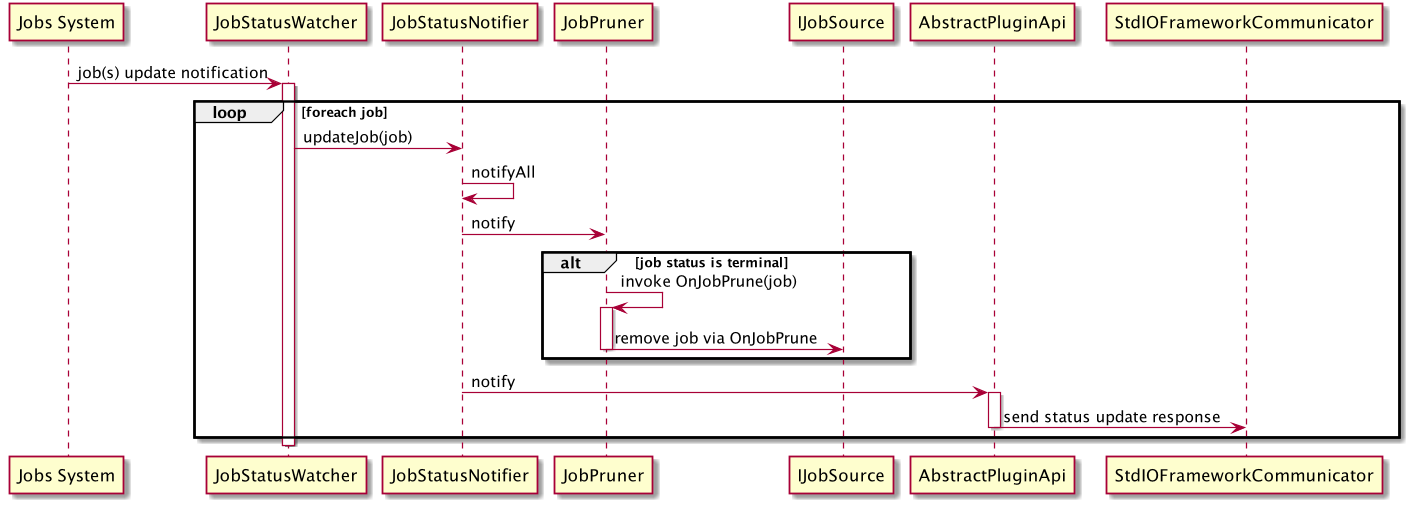
The PlantUML diagram docs/diagrams/images/status-update-sequence.png in rstudio/rstudio-launcher-plugin-sdk, before a commit.
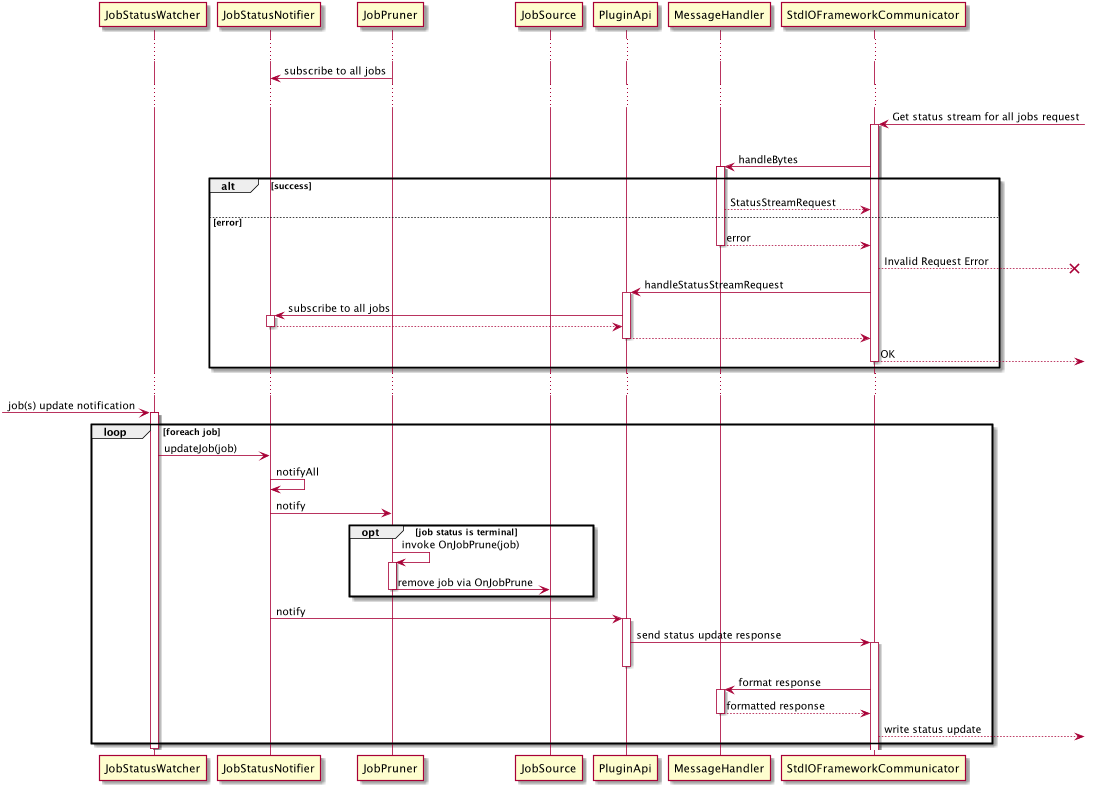
The same file after the commit.

Commit message:
add more clarity to the status update sequence diagram

Change to the diagram source:
```diff
@@ -1,20 +1,49 @@
 @startuml
+participant JobStatusWatcher
+participant JobStatusNotifier
+participant JobPruner
+participant JobSource
+participant PluginApi
+participant MessageHandler
+participant StdIOFrameworkCommunicator
+...
+JobPruner -> JobStatusNotifier : subscribe to all jobs
+...
 
-"Jobs System" -> JobStatusWatcher ++: job(s) update notification
+StdIOFrameworkCommunicator <-] : Get status stream for all jobs request
+activate StdIOFrameworkCommunicator
+loop while bytes and message not complete
+StdIOFrameworkCommunicator -> MessageHandler ++ : handleBytes
+alt success
+StdIOFrameworkCommunicator <-- MessageHandler : StatusStreamRequest
+else error
+StdIOFrameworkCommunicator <-- MessageHandler --: error
+StdIOFrameworkCommunicator -->x]: Invalid Request Error
+StdIOFrameworkCommunicator -> PluginApi ++: handleStatusStreamRequest
+PluginApi -> JobStatusNotifier ++: subscribe to all jobs
+PluginApi <-- JobStatusNotifier --
+StdIOFrameworkCommunicator <-- PluginApi --
+StdIOFrameworkCommunicator -->] : OK
+deactivate StdIOFrameworkCommunicator
+end
+...
+[-> JobStatusWatcher: job(s) update notification
+activate JobStatusWatcher
 loop foreach job
   JobStatusWatcher -> JobStatusNotifier : updateJob(job)
   JobStatusNotifier -> JobStatusNotifier : notifyAll
   JobStatusNotifier -> JobPruner : notify
-  alt job status is terminal
+  opt job status is terminal
     JobPruner -> JobPruner ++ : invoke OnJobPrune(job)
-    JobPruner -> IJobSource -- : remove job via OnJobPrune
+    JobPruner -> JobSource -- : remove job via OnJobPrune
   end
-  JobStatusNotifier -> AbstractPluginApi ++ : notify
-  AbstractPluginApi -> StdIOFrameworkCommunicator : send status update response
-  deactivate AbstractPluginApi
+  JobStatusNotifier -> PluginApi ++ : notify
+  PluginApi -> StdIOFrameworkCommunicator ++: send status update response
+  deactivate PluginApi
+  StdIOFrameworkCommunicator -> MessageHandler ++ : format response
+  StdIOFrameworkCommunicator <-- MessageHandler -- : formatted response
+  StdIOFrameworkCommunicator -->] : write status update
 end
 deactivate JobStatusWatcher
 
-
-
 @enduml
```
